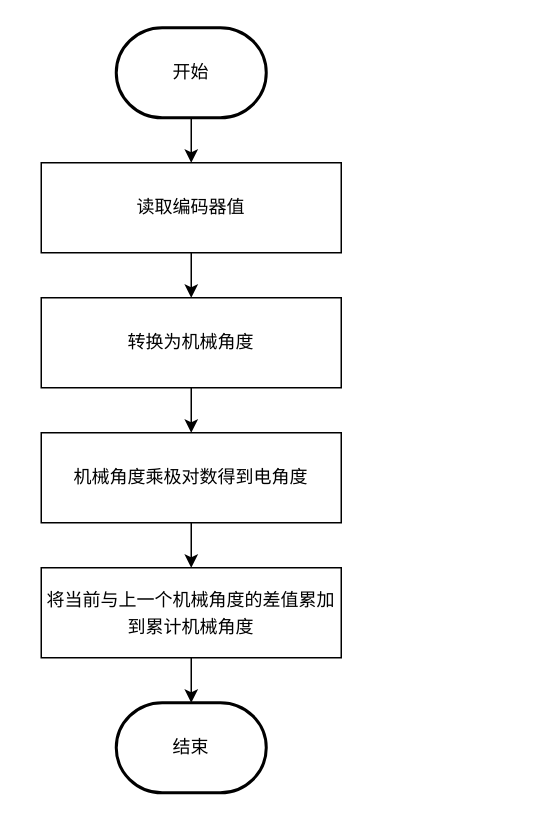
Above: page "第 11 页" (11 of 14) of FOC电流环.drawio in songruidong/draw.io (draw.io), before the change. Source tidied: cells renumbered, new cells numbered last; positions are measured from the earlier drawing's top-left corner, leaving out a move shared by most shapes. Both pictures are drawn from the tidied source at 150%, with x=0, y=0 at pixel (40, 27).
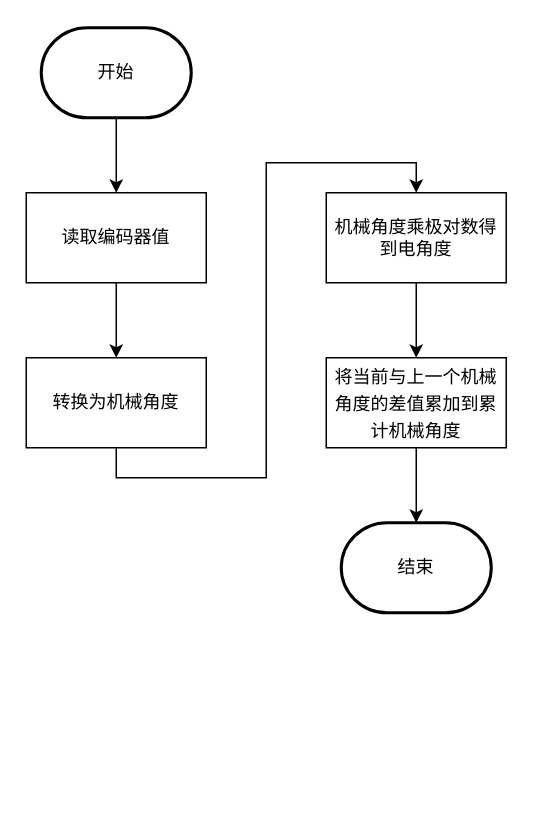
The same page after the edit.

What changed in the source:
```diff
@@
 <mxGraphModel>
   <root>
     <mxCell id="0" />
     <mxCell id="1" parent="0" />
-    <mxCell id="2" style="edgeStyle=orthogonalEdgeStyle;rounded=0;jettySize=auto;html=1;exitX=0.5;exitY=1;exitDx=0;exitDy=0;entryX=0.5;entryY=0;entryDx=0;entryDy=0;" parent="1" edge="1" source="13">
-      <mxGeometry relative="1" as="geometry">
-        <mxPoint x="100" y="450" as="targetPoint" />
-      </mxGeometry>
-    </mxCell>
     <mxCell id="3" style="edgeStyle=orthogonalEdgeStyle;rounded=0;jettySize=auto;html=1;exitX=0.5;exitY=1;exitDx=0;exitDy=0;exitPerimeter=0;entryX=0.5;entryY=0;entryDx=0;entryDy=0;" parent="1" edge="1" source="4" target="8">
       <mxGeometry relative="1" as="geometry" />
     </mxCell>
     <mxCell id="4" value="开始" style="strokeWidth=2;html=1;shape=mxgraph.flowchart.terminator;whiteSpace=wrap;" parent="1" vertex="1">
-      <mxGeometry x="50" width="100" height="60" as="geometry" />
+      <mxGeometry width="100" height="60" as="geometry" />
     </mxCell>
     <mxCell id="5" value="结束" style="strokeWidth=2;html=1;shape=mxgraph.flowchart.terminator;whiteSpace=wrap;" parent="1" vertex="1">
-      <mxGeometry x="50" y="450" width="100" height="60" as="geometry" />
+      <mxGeometry x="200" y="330" width="100" height="60" as="geometry" />
     </mxCell>
-    <mxCell id="6" style="group;" parent="1" vertex="1">
-      <mxGeometry y="90" width="200" height="330" as="geometry" />
-    </mxCell>
+    <mxCell id="2" style="edgeStyle=orthogonalEdgeStyle;rounded=0;jettySize=auto;html=1;exitX=0.5;exitY=1;exitDx=0;exitDy=0;entryX=0.5;entryY=0;entryDx=0;entryDy=0;entryPerimeter=0;" parent="1" edge="1" source="13" target="5">
+      <mxGeometry relative="1" as="geometry" />
+    </mxCell>
-    <mxCell id="7" style="edgeStyle=orthogonalEdgeStyle;rounded=0;jettySize=auto;html=1;" parent="6" edge="1" source="8" target="10">
+    <mxCell id="7" style="edgeStyle=orthogonalEdgeStyle;rounded=0;jettySize=auto;html=1;" parent="1" edge="1" source="8" target="10">
       <mxGeometry relative="1" as="geometry" />
     </mxCell>
-    <mxCell id="8" value="读取编码器值" style="rounded=0;whiteSpace=wrap;html=1;" parent="6" vertex="1">
-      <mxGeometry width="200" height="60" as="geometry" />
+    <mxCell id="8" value="读取编码器值" style="rounded=0;whiteSpace=wrap;html=1;" parent="1" vertex="1">
+      <mxGeometry x="-10" y="110" width="120" height="60" as="geometry" />
     </mxCell>
-    <mxCell id="9" style="edgeStyle=orthogonalEdgeStyle;rounded=0;jettySize=auto;html=1;exitX=0.5;exitY=1;exitDx=0;exitDy=0;entryX=0.5;entryY=0;entryDx=0;entryDy=0;" parent="6" edge="1" source="10" target="12">
+    <mxCell id="9" style="edgeStyle=orthogonalEdgeStyle;rounded=0;jettySize=auto;html=1;exitX=0.5;exitY=1;exitDx=0;exitDy=0;entryX=0.5;entryY=0;entryDx=0;entryDy=0;" parent="1" edge="1" source="10" target="12">
       <mxGeometry relative="1" as="geometry" />
     </mxCell>
-    <mxCell id="10" value="转换为机械角度" style="rounded=0;whiteSpace=wrap;html=1;" parent="6" vertex="1">
-      <mxGeometry y="90" width="200" height="60" as="geometry" />
+    <mxCell id="10" value="转换为机械角度" style="rounded=0;whiteSpace=wrap;html=1;" parent="1" vertex="1">
+      <mxGeometry x="-10" y="220" width="120" height="60" as="geometry" />
     </mxCell>
-    <mxCell id="11" style="edgeStyle=orthogonalEdgeStyle;rounded=0;jettySize=auto;html=1;exitX=0.5;exitY=1;exitDx=0;exitDy=0;" parent="6" edge="1" source="12" target="13">
+    <mxCell id="11" style="edgeStyle=orthogonalEdgeStyle;rounded=0;jettySize=auto;html=1;exitX=0.5;exitY=1;exitDx=0;exitDy=0;" parent="1" edge="1" source="12" target="13">
       <mxGeometry relative="1" as="geometry" />
     </mxCell>
-    <mxCell id="12" value="机械角度乘极对数得到电角度" style="rounded=0;whiteSpace=wrap;html=1;" parent="6" vertex="1">
-      <mxGeometry y="180" width="200" height="60" as="geometry" />
+    <mxCell id="12" value="机械角度乘极对数得到电角度" style="rounded=0;whiteSpace=wrap;html=1;" parent="1" vertex="1">
+      <mxGeometry x="190" y="110" width="120" height="60" as="geometry" />
     </mxCell>
-    <mxCell id="13" value="&lt;font&gt;将当前与&lt;span style=&quot;line-height: 150%;&quot;&gt;上一个机械角度的差值累加到累计机械角度&lt;/span&gt;&lt;/font&gt;" style="rounded=0;whiteSpace=wrap;html=1;" parent="6" vertex="1">
-      <mxGeometry y="270" width="200" height="60" as="geometry" />
+    <mxCell id="13" value="&lt;font&gt;将当前与&lt;span style=&quot;line-height: 150%;&quot;&gt;上一个机械角度的差值累加到累计机械角度&lt;/span&gt;&lt;/font&gt;" style="rounded=0;whiteSpace=wrap;html=1;" parent="1" vertex="1">
+      <mxGeometry x="190" y="220" width="120" height="60" as="geometry" />
     </mxCell>
   </root>
 </mxGraphModel>
```
